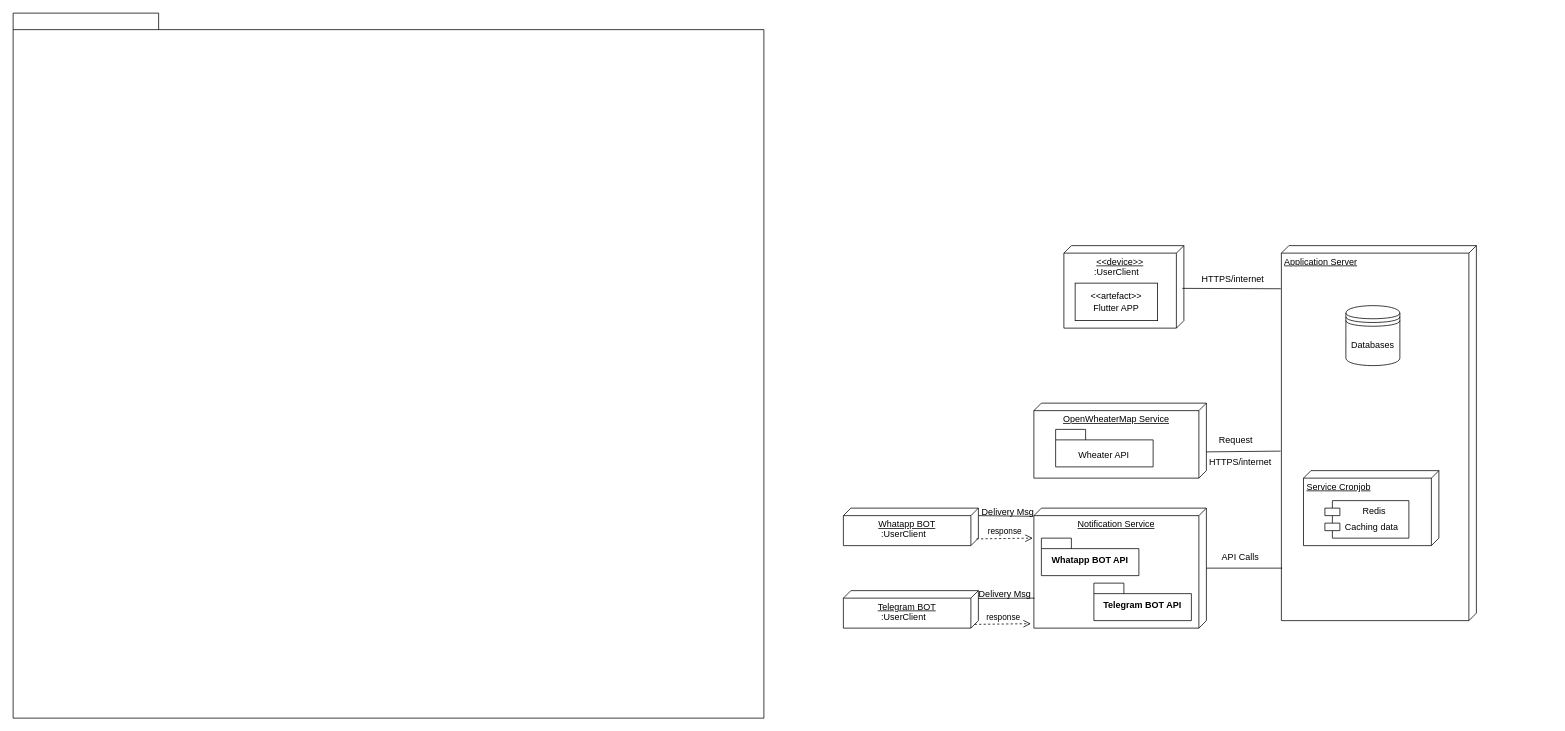
Above: Deployment-remindME.drawio in caturprasatya/TP-UML (draw.io), before the change. Source tidied: cells renumbered, new cells numbered last; positions are measured from the earlier drawing's top-left corner, leaving out a move shared by most shapes. Both pictures are drawn from the tidied source at 75%, with x=0, y=0 at pixel (13, 13).
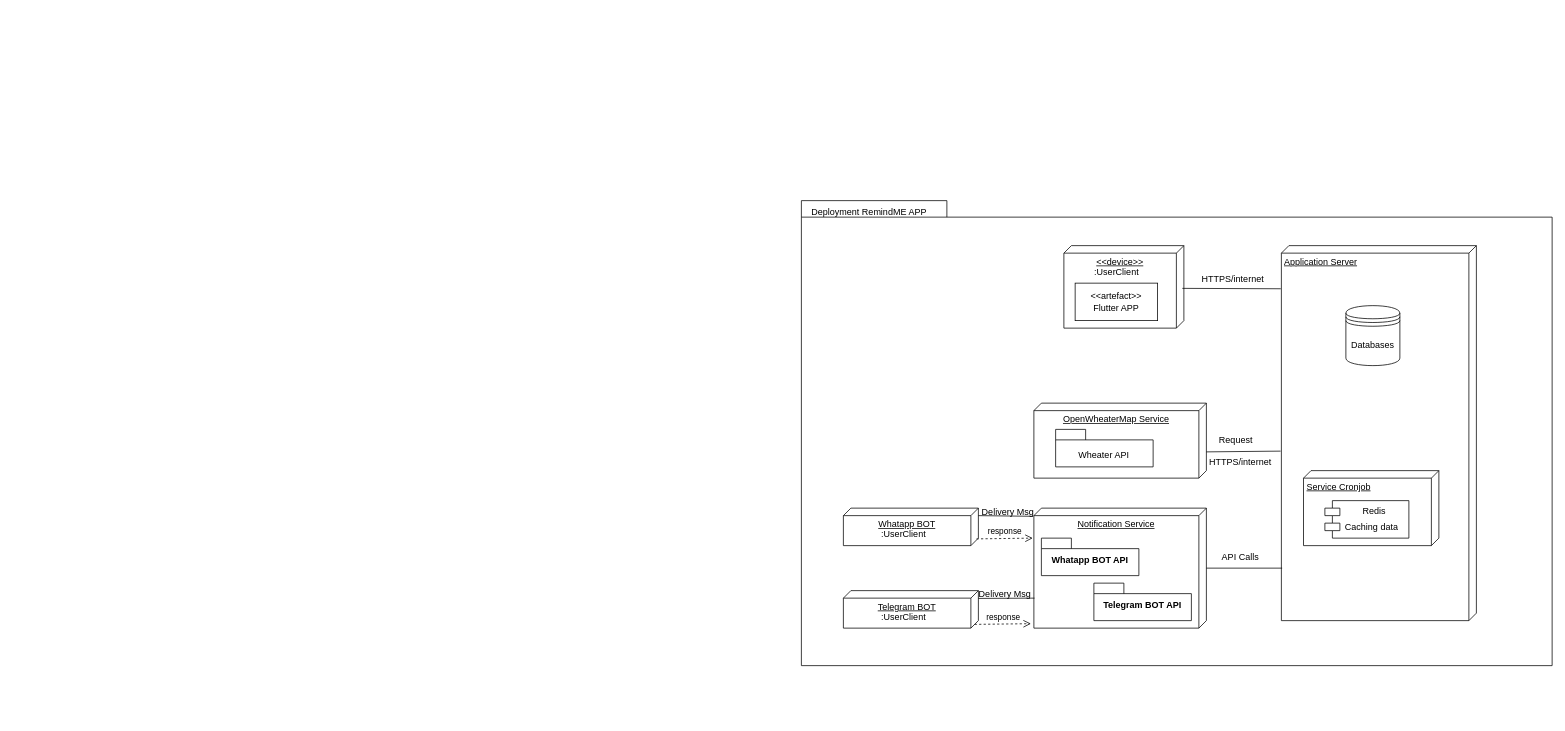
Above is the later version.

Change to the diagram source:
```diff
@@
     <mxCell id="2" style="shape=folder;fontStyle=1;spacingTop=10;tabWidth=194;tabHeight=22;tabPosition=left;html=1;rounded=0;shadow=0;comic=0;labelBackgroundColor=none;strokeWidth=1;fillColor=none;fontFamily=Verdana;fontSize=10;align=center;" parent="1" vertex="1">
-      <mxGeometry width="1001" height="940" as="geometry" />
+      <mxGeometry x="1051" y="250" width="1001" height="620" as="geometry" />
     </mxCell>
@@
+    <mxCell id="34" value="Deployment RemindME APP" style="text;html=1;align=center;verticalAlign=middle;strokeColor=none;fillColor=none;" parent="1" vertex="1">
+      <mxGeometry x="1051" y="250" width="180" height="30" as="geometry" />
+    </mxCell>
```
